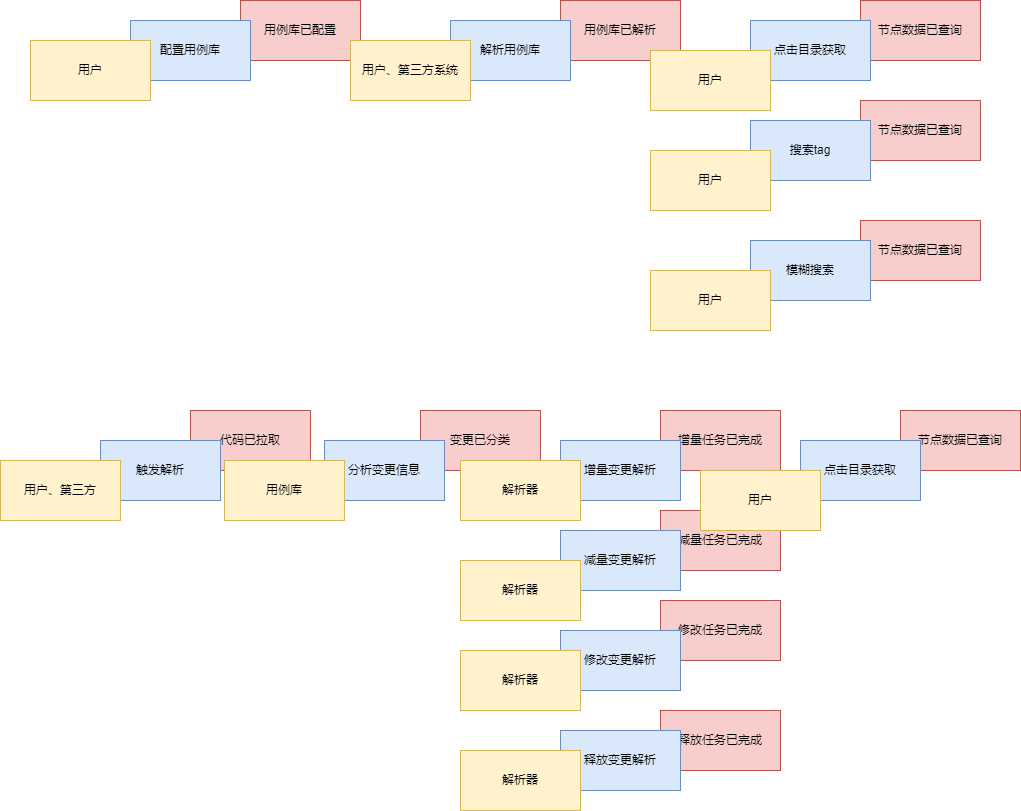
Before: DDD/tree.drawio.png, a diagram exported from draw.io (muxicode/c153080686). Source tidied: cells renumbered, new cells last; positions are measured from the earlier drawing's top-left corner, leaving out a move shared by most shapes.
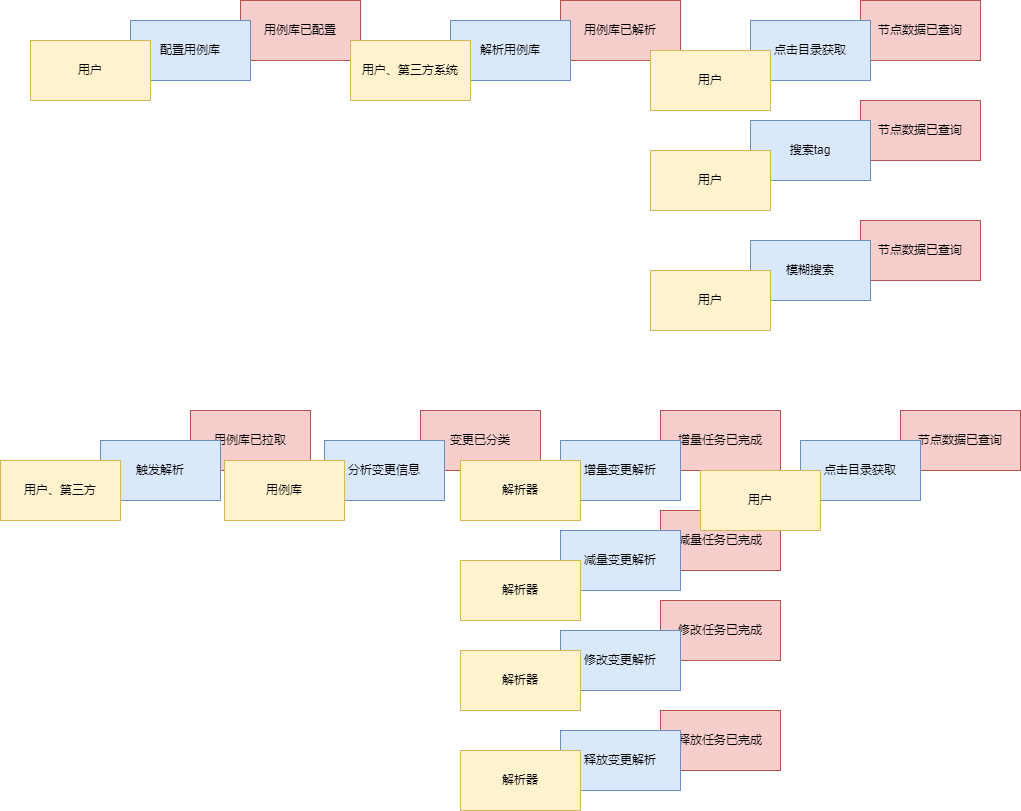
After the change.

The edit, as a diff of the source:
```diff
@@ -50,7 +50,7 @@
     <mxCell id="17" value="变更已分类" style="rounded=0;whiteSpace=wrap;html=1;fillColor=#f8cecc;strokeColor=#b85450;" parent="1" vertex="1">
       <mxGeometry x="420" y="410" width="120" height="60" as="geometry" />
     </mxCell>
-    <mxCell id="18" value="代码已拉取" style="rounded=0;whiteSpace=wrap;html=1;fillColor=#f8cecc;strokeColor=#b85450;" parent="1" vertex="1">
+    <mxCell id="18" value="用例库已拉取" style="rounded=0;whiteSpace=wrap;html=1;fillColor=#f8cecc;strokeColor=#b85450;" parent="1" vertex="1">
       <mxGeometry x="190" y="410" width="120" height="60" as="geometry" />
     </mxCell>
     <mxCell id="19" value="增量任务已完成" style="rounded=0;whiteSpace=wrap;html=1;fillColor=#f8cecc;strokeColor=#b85450;" parent="1" vertex="1">
```
